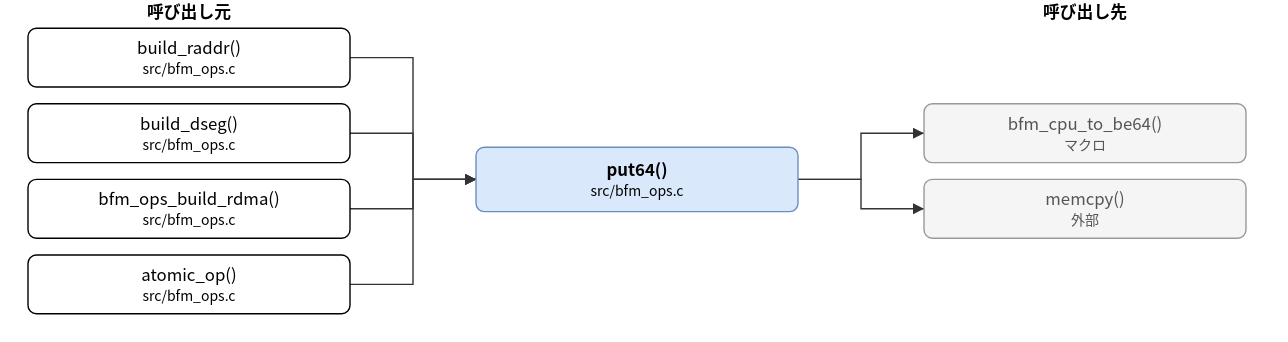
Earlier version of the draw.io export doc/spec/images/call_src_bfm_ops-put64.drawio.svg (hf355051012-ai/bfmem). Source tidied: cells renumbered, new cells last; positions are measured from the earlier drawing's top-left corner, leaving out a move shared by most shapes.
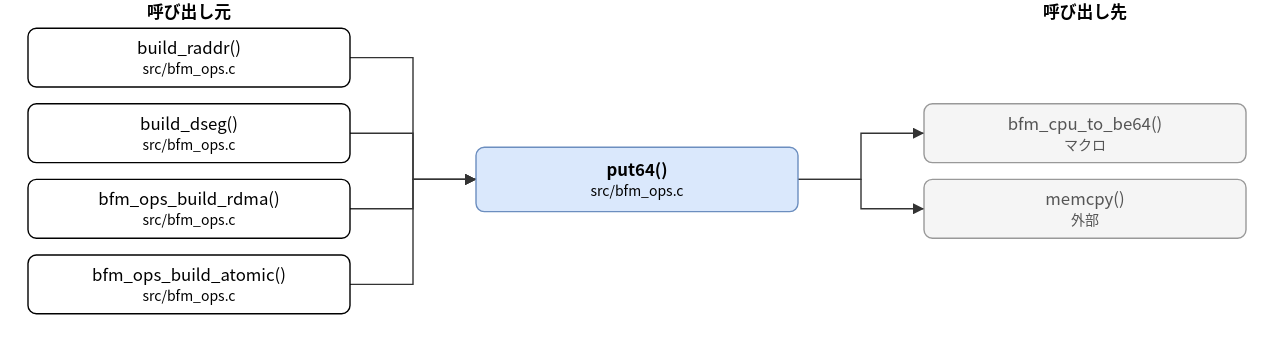
After the commit.

Change to the diagram source:
```diff
@@ -14,7 +14,7 @@
     <mxCell id="5" value="bfm_ops_build_rdma()&lt;br&gt;&lt;font style=&quot;font-size:10px&quot;&gt;src/bfm_ops.c&lt;/font&gt;" style="rounded=1;whiteSpace=wrap;html=1;" parent="1" vertex="1">
       <mxGeometry y="128" width="230" height="42" as="geometry" />
     </mxCell>
-    <mxCell id="6" value="atomic_op()&lt;br&gt;&lt;font style=&quot;font-size:10px&quot;&gt;src/bfm_ops.c&lt;/font&gt;" style="rounded=1;whiteSpace=wrap;html=1;" parent="1" vertex="1">
+    <mxCell id="6" value="bfm_ops_build_atomic()&lt;br&gt;&lt;font style=&quot;font-size:10px&quot;&gt;src/bfm_ops.c&lt;/font&gt;" style="rounded=1;whiteSpace=wrap;html=1;" parent="1" vertex="1">
       <mxGeometry y="182" width="230" height="42" as="geometry" />
     </mxCell>
     <mxCell id="7" value="bfm_cpu_to_be64()&lt;br&gt;&lt;font style=&quot;font-size:10px&quot;&gt;マクロ&lt;/font&gt;" style="rounded=1;whiteSpace=wrap;html=1;fillColor=#f5f5f5;strokeColor=#999999;fontColor=#555555;" parent="1" vertex="1">
```
